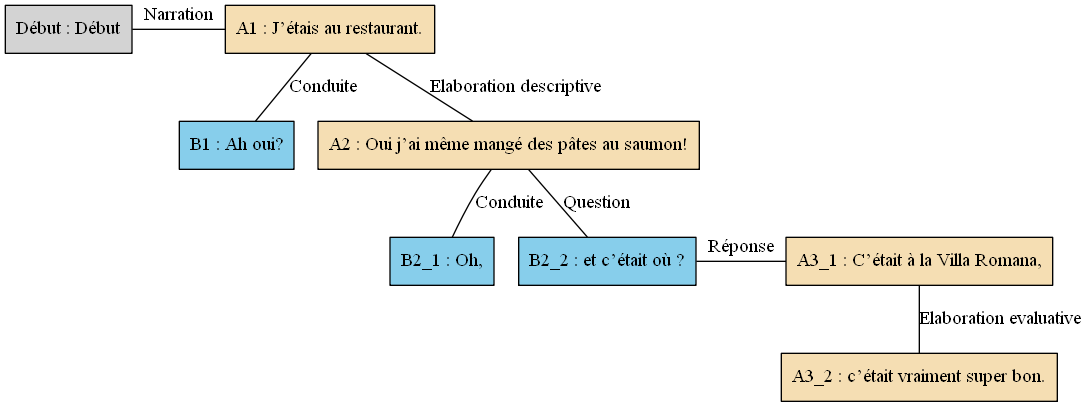
Before: arbres/Bac_a_sable/Bac_a_sable_-_A07.gv.png, a diagram exported from Graphviz (AlaixComet/AnnotationSlamPTut). Its source is kept beside it as arbres/Bac_a_sable/Bac_a_sable_-_A07.gv. Source of this version:
```dot
digraph A07 {
	node [shape=box style=filled]
	"Début" [label="Début : Début"]
	A1 [label="A1 : J’étais au restaurant." fillcolor=wheat]
	B1 [label="B1 : Ah oui?" fillcolor=skyblue]
	A2 [label="A2 : Oui j’ai même mangé des pâtes au saumon!" fillcolor=wheat]
	B2_1 [label="B2_1 : Oh," fillcolor=skyblue]
	B2_2 [label="B2_2 : et c’était où ?" fillcolor=skyblue]
	A3_1 [label="A3_1 : C’était à la Villa Romana," fillcolor=wheat]
	A3_2 [label="A3_2 : c’était vraiment super bon." fillcolor=wheat]
	{
		rank=same
		"Début"
		A1
		"Début" -> A1 [label=Narration dir=none]
	}
	A1 -> B1 [label=Conduite dir=none]
	A1 -> A2 [label="Elaboration descriptive" dir=none]
	A2 -> B2_1 [label=Conduite dir=none]
	A2 -> B2_2 [label=Question dir=none]
	{
		rank=same
		B2_2
		A3_1
		B2_2 -> A3_1 [label="Réponse" dir=none]
	}
	A3_1 -> A3_2 [label="Elaboration evaluative" dir=none]
}
```
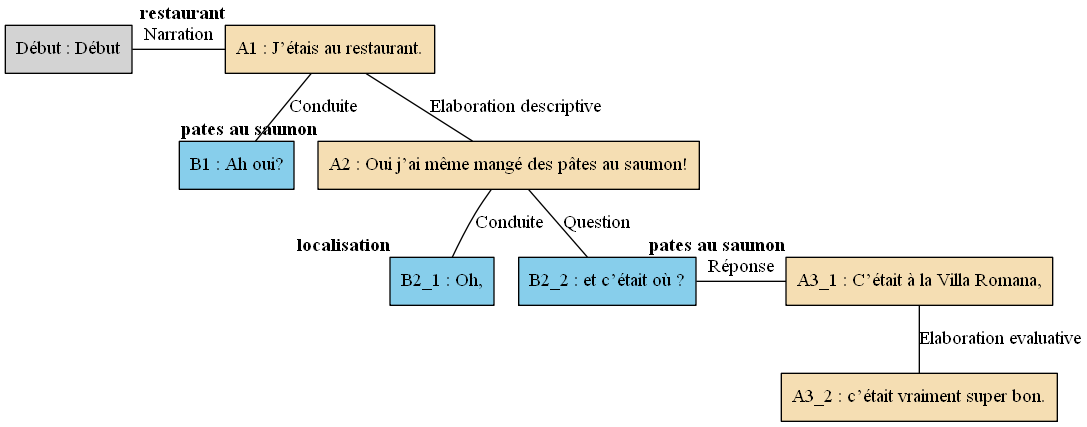
After the commit.

What changed in the source:
```diff
@@ -1,13 +1,13 @@
 digraph A07 {
 	node [shape=box style=filled]
-	"Début" [label="Début : Début"]
-	A1 [label="A1 : J’étais au restaurant." fillcolor=wheat]
-	B1 [label="B1 : Ah oui?" fillcolor=skyblue]
-	A2 [label="A2 : Oui j’ai même mangé des pâtes au saumon!" fillcolor=wheat]
-	B2_1 [label="B2_1 : Oh," fillcolor=skyblue]
-	B2_2 [label="B2_2 : et c’était où ?" fillcolor=skyblue]
-	A3_1 [label="A3_1 : C’était à la Villa Romana," fillcolor=wheat]
-	A3_2 [label="A3_2 : c’était vraiment super bon." fillcolor=wheat]
+	"Début" [label="Début : Début" xlabel=""]
+	A1 [label="A1 : J’étais au restaurant." fillcolor=wheat xlabel=<<B>restaurant</B>>]
+	B1 [label="B1 : Ah oui?" fillcolor=skyblue xlabel=""]
+	A2 [label="A2 : Oui j’ai même mangé des pâtes au saumon!" fillcolor=wheat xlabel=<<B>pates au saumon</B>>]
+	B2_1 [label="B2_1 : Oh," fillcolor=skyblue xlabel=<<B>localisation</B>>]
+	B2_2 [label="B2_2 : et c’était où ?" fillcolor=skyblue xlabel=""]
+	A3_1 [label="A3_1 : C’était à la Villa Romana," fillcolor=wheat xlabel=<<B>pates au saumon</B>>]
+	A3_2 [label="A3_2 : c’était vraiment super bon." fillcolor=wheat xlabel=""]
 	{
 		rank=same
 		"Début"
```
